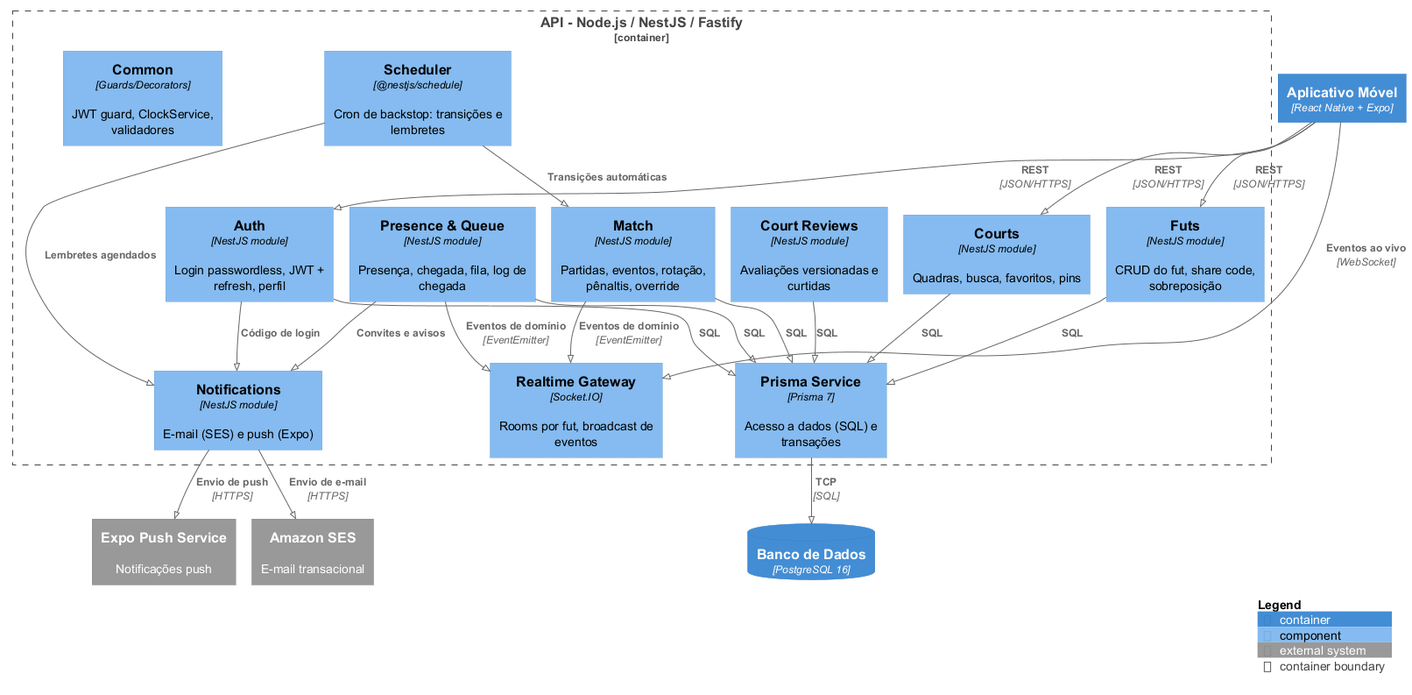
Earlier version of the PlantUML export latex/figuras/diagramas-src/render/c4-componentes.png (EhOMiguel/borafut-app-tcc).
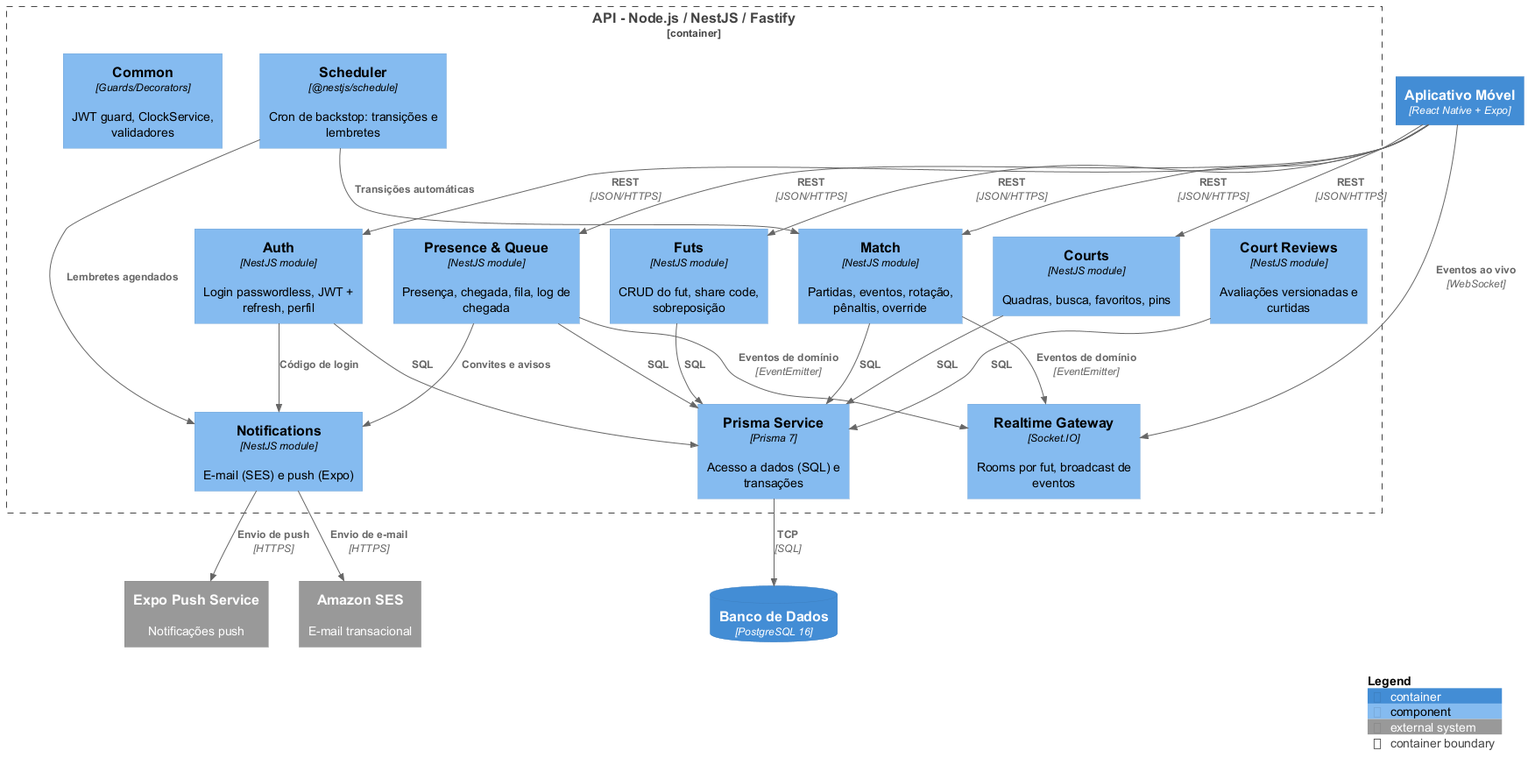
After the change.

The edit, as a diff of the source:
```diff
@@ -1,5 +1,4 @@
 @startuml c4-componentes
-!pragma layout smetana
 !include https://raw.githubusercontent.com/plantuml-stdlib/C4-PlantUML/master/C4_Component.puml
 
 Container(app, "Aplicativo Móvel", "React Native + Expo", "")
@@ -24,6 +23,8 @@
 Rel(app, auth, "REST", "JSON/HTTPS")
 Rel(app, courts, "REST", "JSON/HTTPS")
 Rel(app, futs, "REST", "JSON/HTTPS")
+Rel(app, presence, "REST", "JSON/HTTPS")
+Rel(app, match, "REST", "JSON/HTTPS")
 Rel(app, rt, "Eventos ao vivo", "WebSocket")
 Rel(auth, prisma, "SQL")
 Rel(courts, prisma, "SQL")
```
